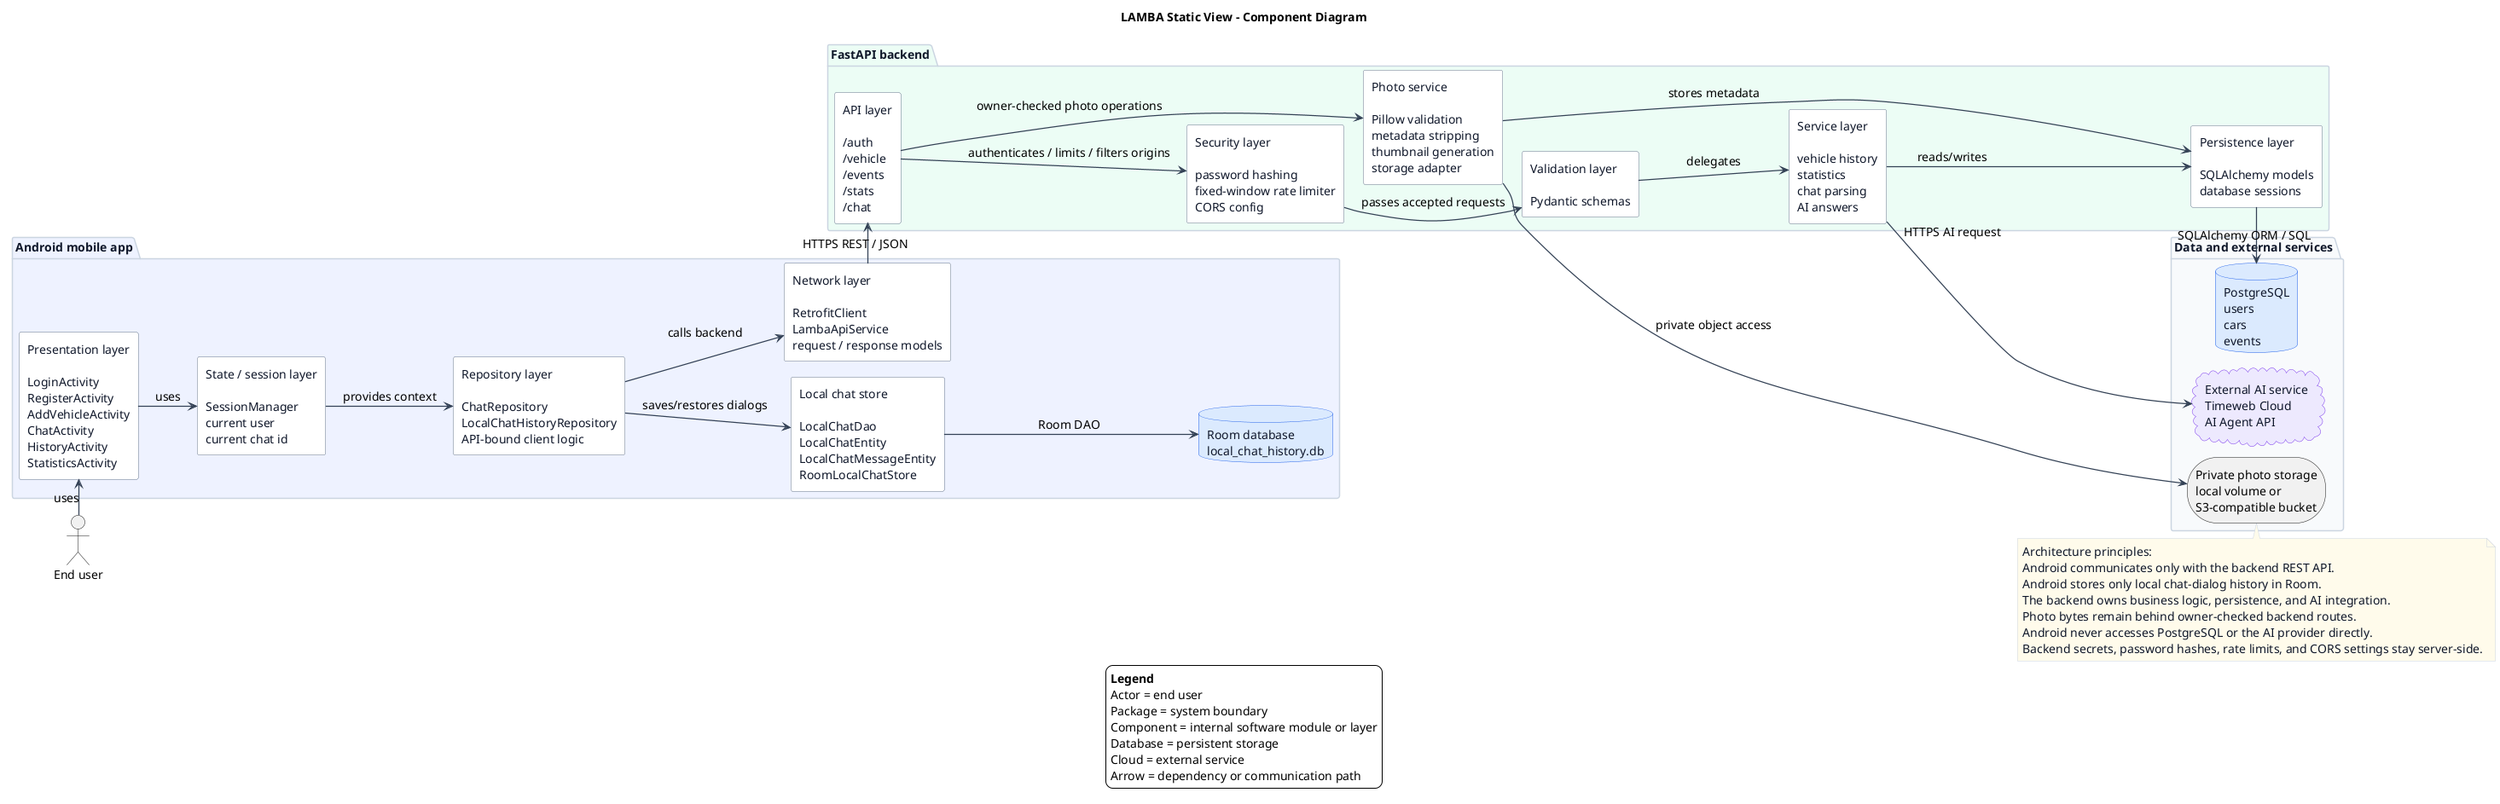
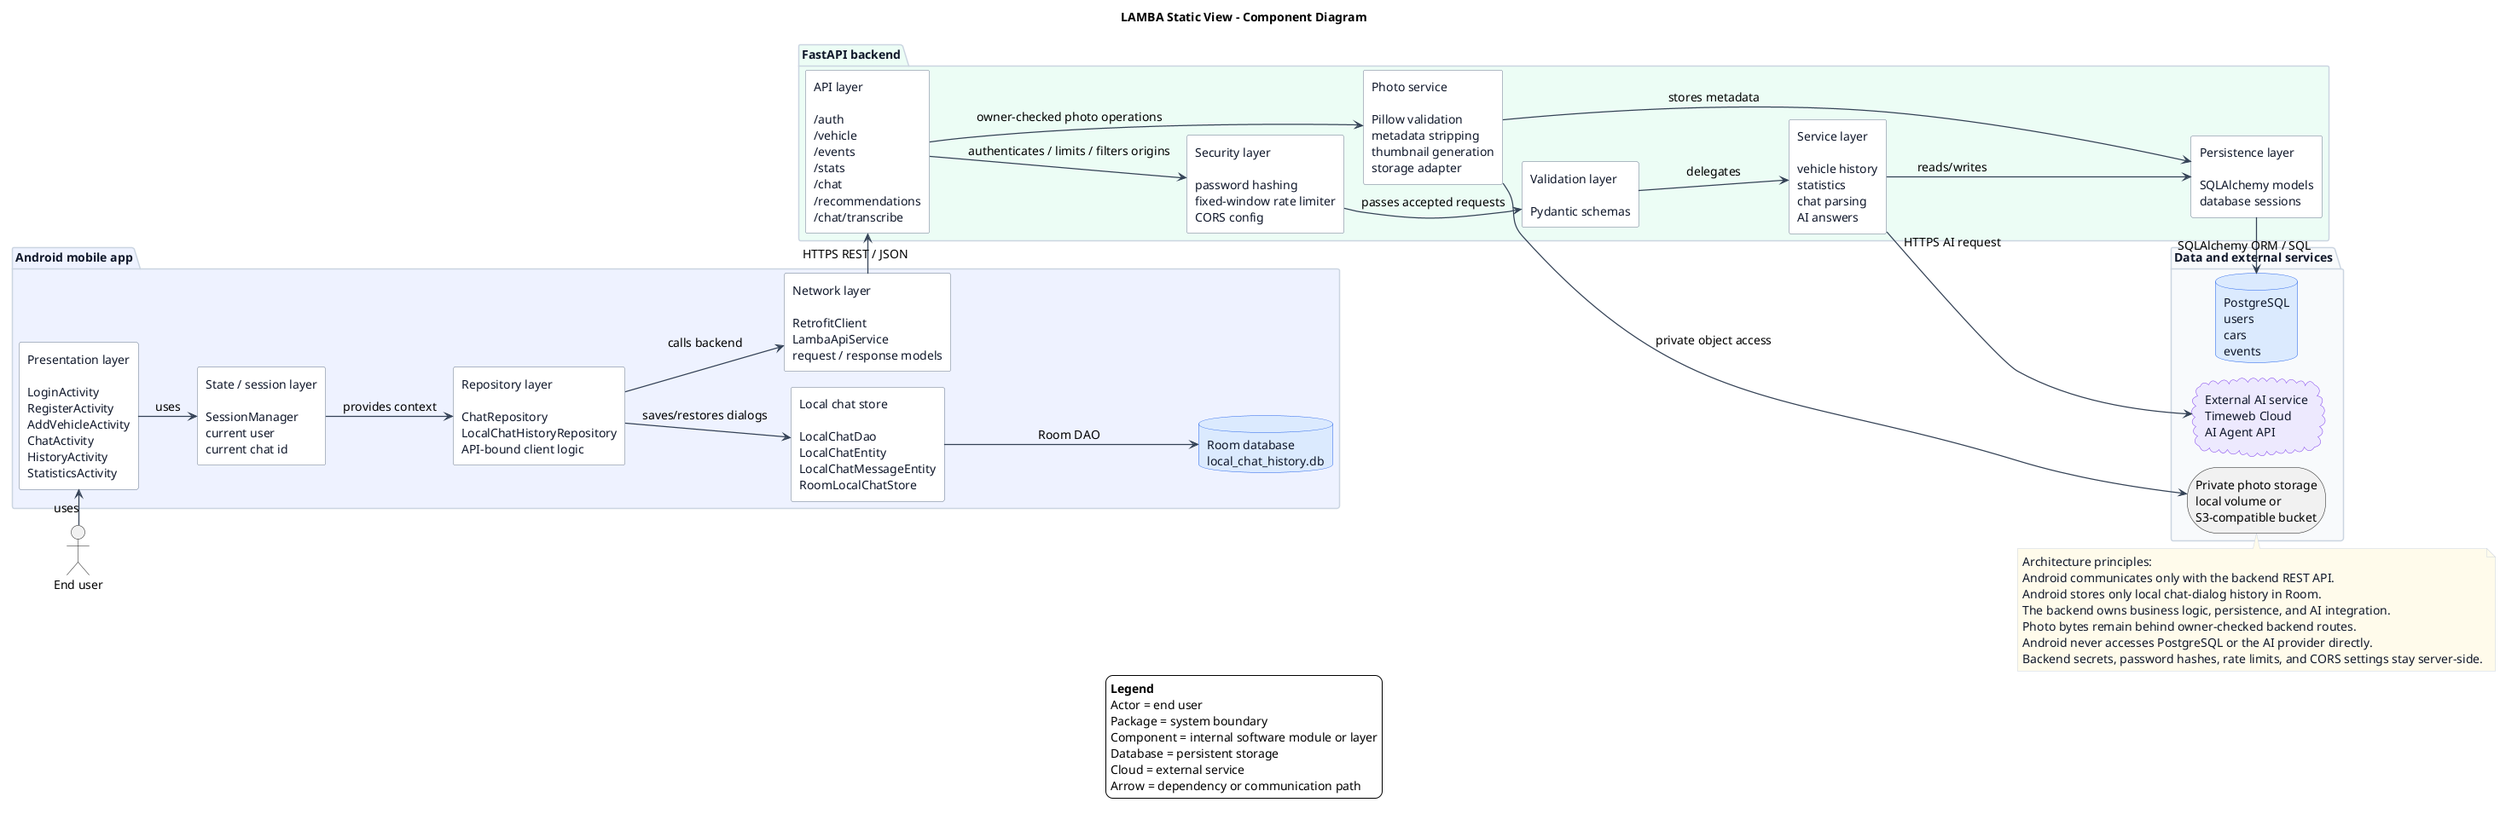
@startuml
title LAMBA Static View - Component Diagram

!pragma layout smetana
left to right direction

skinparam shadowing false
skinparam backgroundColor #FFFFFF
skinparam defaultFontName Arial
skinparam defaultFontSize 14
skinparam nodesep 55
skinparam ranksep 70
skinparam linetype ortho
skinparam ArrowColor #334155
skinparam ArrowThickness 1.25
skinparam componentStyle rectangle

skinparam package {
  BorderColor #CBD5E1
  FontColor #0F172A
  FontStyle bold
  BackgroundColor #F8FAFC
}
skinparam component {
  BorderColor #64748B
  BackgroundColor #FFFFFF
  FontColor #0F172A
}
skinparam database {
  BorderColor #2563EB
  BackgroundColor #DBEAFE
  FontColor #0F172A
}
skinparam cloud {
  BorderColor #7C3AED
  BackgroundColor #EDE9FE
  FontColor #0F172A
}
skinparam note {
  BorderColor #CBD5E1
  BackgroundColor #FFFBEB
  FontColor #0F172A
}

actor "End user" as User

package "Android mobile app" #EEF2FF {
  component "Presentation layer\n\nLoginActivity\nRegisterActivity\nAddVehicleActivity\nChatActivity\nHistoryActivity\nStatisticsActivity" as AndroidPresentation
  component "State / session layer\n\nSessionManager\ncurrent user\ncurrent chat id" as AndroidState
  component "Repository layer\n\nChatRepository\nLocalChatHistoryRepository\nAPI-bound client logic" as AndroidRepository
  component "Local chat store\n\nLocalChatDao\nLocalChatEntity\nLocalChatMessageEntity\nRoomLocalChatStore" as AndroidLocalStore
  component "Network layer\n\nRetrofitClient\nLambaApiService\nrequest / response models" as AndroidNetwork
  database "Room database\nlocal_chat_history.db" as RoomDb

  AndroidPresentation -down-> AndroidState : uses
  AndroidState -down-> AndroidRepository : provides context
  AndroidRepository -down-> AndroidLocalStore : saves/restores dialogs
  AndroidLocalStore -down-> RoomDb : Room DAO
  AndroidRepository -down-> AndroidNetwork : calls backend
}

package "FastAPI backend" #ECFDF5 {
-   component "API layer\n\n/auth\n/vehicle\n/events\n/stats\n/chat" as BackendApi
+   component "API layer\n\n/auth\n/vehicle\n/events\n/stats\n/chat\n/recommendations\n/chat/transcribe" as BackendApi
  component "Security layer\n\npassword hashing\nfixed-window rate limiter\nCORS config" as BackendSecurity
  component "Validation layer\n\nPydantic schemas" as BackendValidation
  component "Service layer\n\nvehicle history\nstatistics\nchat parsing\nAI answers" as BackendServices
  component "Photo service\n\nPillow validation\nmetadata stripping\nthumbnail generation\nstorage adapter" as PhotoService
  component "Persistence layer\n\nSQLAlchemy models\ndatabase sessions" as BackendPersistence

  BackendApi -down-> BackendSecurity : authenticates / limits / filters origins
  BackendSecurity -down-> BackendValidation : passes accepted requests
  BackendValidation -down-> BackendServices : delegates
  BackendServices -down-> BackendPersistence : reads/writes
  BackendApi -down-> PhotoService : owner-checked photo operations
  PhotoService -down-> BackendPersistence : stores metadata
}

package "Data and external services" #F8FAFC {
  cloud "External AI service\nTimeweb Cloud\nAI Agent API" as ExternalAi
  database "PostgreSQL\nusers\ncars\nevents" as Postgres
  storage "Private photo storage\nlocal volume or\nS3-compatible bucket" as PhotoObjects
}

User -right-> AndroidPresentation : uses
AndroidNetwork -right-> BackendApi : HTTPS REST / JSON
BackendPersistence -right-> Postgres : SQLAlchemy ORM / SQL
BackendServices -right-> ExternalAi : HTTPS AI request
PhotoService -right-> PhotoObjects : private object access

legend bottom
  <b>Legend</b>
  Actor = end user
  Package = system boundary
  Component = internal software module or layer
  Database = persistent storage
  Cloud = external service
  Arrow = dependency or communication path
endlegend

note bottom
  Architecture principles:
  Android communicates only with the backend REST API.
  Android stores only local chat-dialog history in Room.
  The backend owns business logic, persistence, and AI integration.
  Photo bytes remain behind owner-checked backend routes.
  Android never accesses PostgreSQL or the AI provider directly.
  Backend secrets, password hashes, rate limits, and CORS settings stay server-side.
end note

@enduml
